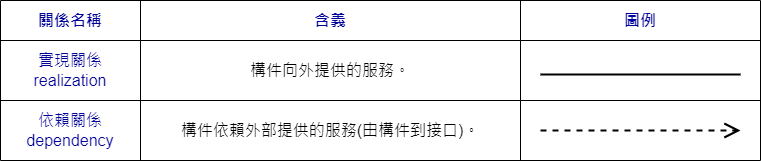
Above: Relationships.png in wei0728/UML-diagram (draw.io), before the change. Source tidied: cells renumbered, new cells last; positions are measured from the earlier drawing's top-left corner, leaving out a move shared by most shapes.
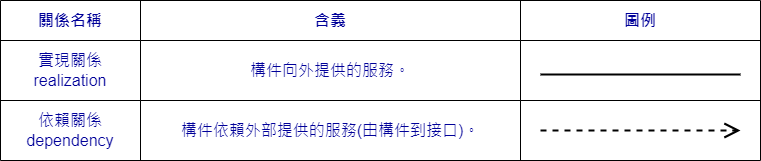
The same diagram one commit later.

The edit, as a diff of the source:
```diff
@@ -23,7 +23,7 @@
     <mxCell id="8" value="&lt;font color=&quot;#000099&quot;&gt;實現關係&lt;br&gt;realization&lt;/font&gt;" style="shape=partialRectangle;html=1;whiteSpace=wrap;strokeColor=inherit;overflow=hidden;fillColor=none;top=0;left=0;bottom=0;right=0;fontSize=16;" parent="7" vertex="1">
       <mxGeometry width="140" height="60" as="geometry" />
     </mxCell>
-    <mxCell id="9" value="構件向外提供的服務。" style="shape=partialRectangle;html=1;whiteSpace=wrap;strokeColor=inherit;overflow=hidden;fillColor=none;top=0;left=0;bottom=0;right=0;fontSize=16;" parent="7" vertex="1">
+    <mxCell id="9" value="&lt;font color=&quot;#000099&quot;&gt;構件向外提供的服務。&lt;/font&gt;" style="shape=partialRectangle;html=1;whiteSpace=wrap;strokeColor=inherit;overflow=hidden;fillColor=none;top=0;left=0;bottom=0;right=0;fontSize=16;" parent="7" vertex="1">
       <mxGeometry x="140" width="380" height="60" as="geometry" />
     </mxCell>
     <mxCell id="10" style="shape=partialRectangle;html=1;whiteSpace=wrap;strokeColor=inherit;overflow=hidden;fillColor=none;top=0;left=0;bottom=0;right=0;fontSize=16;" parent="7" vertex="1">
@@ -35,7 +35,7 @@
     <mxCell id="12" value="&lt;font color=&quot;#000099&quot;&gt;依賴關係&lt;br style=&quot;border-color: var(--border-color);&quot;&gt;dependency&lt;/font&gt;" style="shape=partialRectangle;html=1;whiteSpace=wrap;strokeColor=inherit;overflow=hidden;fillColor=none;top=0;left=0;bottom=0;right=0;fontSize=16;" parent="11" vertex="1">
       <mxGeometry width="140" height="60" as="geometry" />
     </mxCell>
-    <mxCell id="13" value="構件依賴外部提供的服務(由構件到接口)。" style="shape=partialRectangle;html=1;whiteSpace=wrap;strokeColor=inherit;overflow=hidden;fillColor=none;top=0;left=0;bottom=0;right=0;fontSize=16;" parent="11" vertex="1">
+    <mxCell id="13" value="&lt;font color=&quot;#000099&quot;&gt;構件依賴外部提供的服務(由構件到接口)。&lt;/font&gt;" style="shape=partialRectangle;html=1;whiteSpace=wrap;strokeColor=inherit;overflow=hidden;fillColor=none;top=0;left=0;bottom=0;right=0;fontSize=16;" parent="11" vertex="1">
       <mxGeometry x="140" width="380" height="60" as="geometry" />
     </mxCell>
     <mxCell id="14" style="shape=partialRectangle;html=1;whiteSpace=wrap;strokeColor=inherit;overflow=hidden;fillColor=none;top=0;left=0;bottom=0;right=0;fontSize=16;" parent="11" vertex="1">
```
